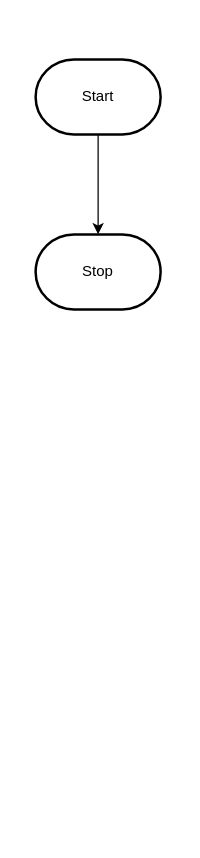
Above: design/flowchart.drawio in MTHS-TEJ2O-1-2023/TEJ2O-Unit-2-13-Liya-Getachew (draw.io), before the change. Source tidied: cells renumbered, new cells numbered last; positions are measured from the earlier drawing's top-left corner, leaving out a move shared by most shapes. Both pictures are drawn from the tidied source at 125%, with x=0, y=0 at pixel (35, 59).
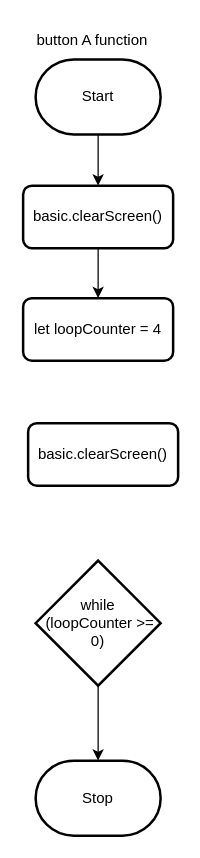
After the change.

The edit, as a diff of the source:
```diff
@@
 <mxGraphModel>
   <root>
     <mxCell id="0" />
     <mxCell id="1" parent="0" />
-    <mxCell id="2" style="edgeStyle=orthogonalEdgeStyle;html=1;rounded=0;" parent="1" edge="1" source="3" target="4">
-      <mxGeometry relative="1" as="geometry" />
-    </mxCell>
+    <mxCell id="5" style="edgeStyle=none;html=1;" parent="1" edge="1" source="3" target="8">
+      <mxGeometry relative="1" as="geometry" />
+    </mxCell>
     <mxCell id="3" value="Start" style="strokeWidth=2;html=1;shape=mxgraph.flowchart.terminator;whiteSpace=wrap;" parent="1" vertex="1">
       <mxGeometry width="100" height="60" as="geometry" />
     </mxCell>
     <mxCell id="4" value="Stop" style="strokeWidth=2;html=1;shape=mxgraph.flowchart.terminator;whiteSpace=wrap;" parent="1" vertex="1">
-      <mxGeometry y="140" width="100" height="60" as="geometry" />
+      <mxGeometry y="561" width="100" height="60" as="geometry" />
     </mxCell>
+    <mxCell id="6" value="button A function" style="text;html=1;align=center;verticalAlign=middle;strokeColor=none;fillColor=none;" parent="1" vertex="1">
+      <mxGeometry x="-10" y="-30" width="110" height="30" as="geometry" />
+    </mxCell>
+    <mxCell id="7" style="edgeStyle=none;html=1;" parent="1" edge="1" source="8" target="9">
+      <mxGeometry relative="1" as="geometry" />
+    </mxCell>
+    <mxCell id="8" value="basic.clearScreen()" style="rounded=1;whiteSpace=wrap;html=1;absoluteArcSize=1;arcSize=14;strokeWidth=2;" parent="1" vertex="1">
+      <mxGeometry x="-10" y="101" width="120" height="50" as="geometry" />
+    </mxCell>
+    <mxCell id="9" value="let loopCounter = 4" style="rounded=1;whiteSpace=wrap;html=1;absoluteArcSize=1;arcSize=14;strokeWidth=2;" parent="1" vertex="1">
+      <mxGeometry x="-10" y="191" width="120" height="50" as="geometry" />
+    </mxCell>
+    <mxCell id="10" style="edgeStyle=none;html=1;" parent="1" edge="1" source="11" target="4">
+      <mxGeometry relative="1" as="geometry" />
+    </mxCell>
+    <mxCell id="11" value="while&lt;br&gt;&amp;nbsp;(loopCounter &amp;gt;= 0)" style="strokeWidth=2;html=1;shape=mxgraph.flowchart.decision;whiteSpace=wrap;" parent="1" vertex="1">
+      <mxGeometry y="401" width="100" height="100" as="geometry" />
+    </mxCell>
+    <mxCell id="12" value="basic.clearScreen()" style="rounded=1;whiteSpace=wrap;html=1;absoluteArcSize=1;arcSize=14;strokeWidth=2;" parent="1" vertex="1">
+      <mxGeometry x="-6" y="291" width="120" height="50" as="geometry" />
+    </mxCell>
   </root>
 </mxGraphModel>
```
